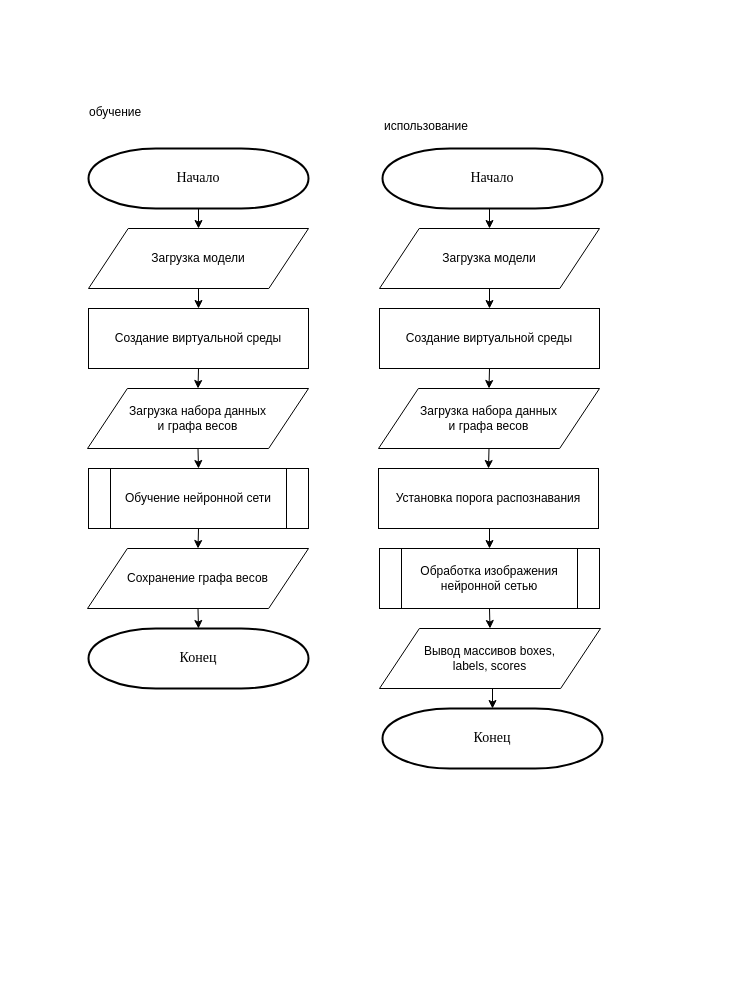
Earlier version of the draw.io diagram Flowcharts/диаграммы обучения и работы нейросети.drawio (KanVull/Recognistion). Source tidied: cells renumbered, new cells numbered last; positions are measured from the earlier drawing's top-left corner, leaving out a move shared by most shapes. Both pictures are drawn from the tidied source at 100%, with x=0, y=0 at pixel (87, 102).
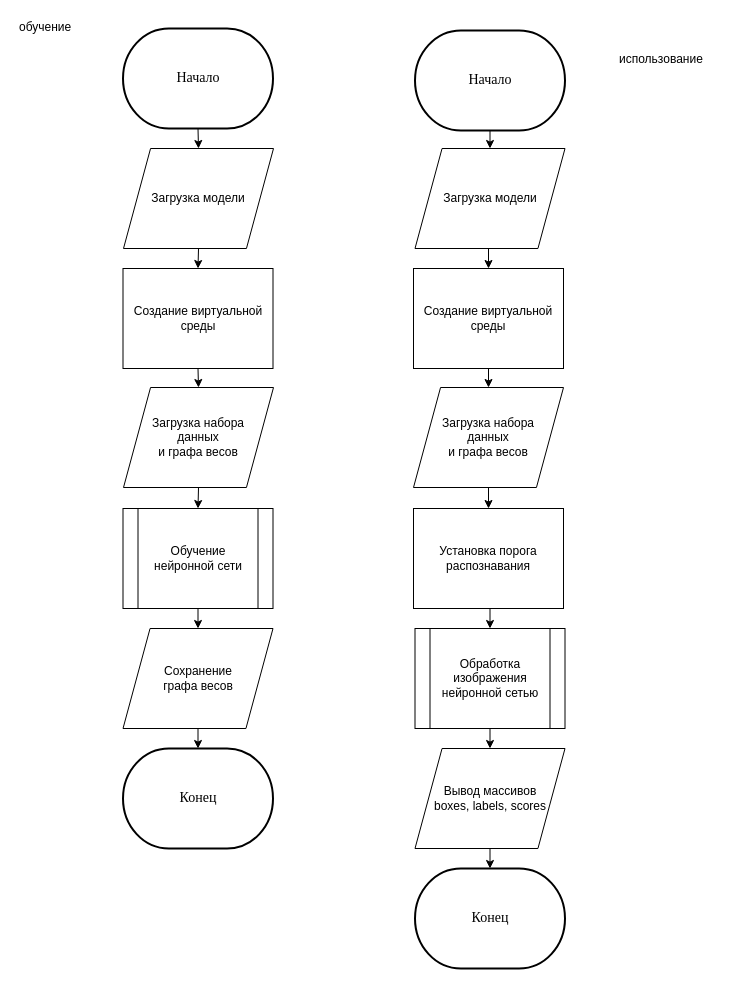
Above is the later version.

Change to the diagram source:
```diff
@@
     <mxCell id="2" value="обучение" style="text;html=1;align=left;verticalAlign=top;spacingTop=-4;" parent="1" vertex="1">
-      <mxGeometry width="70" height="20" as="geometry" />
+      <mxGeometry x="-70" y="-85" width="70" height="20" as="geometry" />
     </mxCell>
-    <mxCell id="3" style="edgeStyle=orthogonalEdgeStyle;rounded=0;jettySize=auto;html=1;exitX=0.5;exitY=1;exitDx=0;exitDy=0;exitPerimeter=0;entryX=0.5;entryY=0;entryDx=0;entryDy=0;" parent="1" edge="1" source="4" target="20">
+    <mxCell id="3" style="edgeStyle=none;rounded=0;jettySize=auto;html=1;exitX=0.5;exitY=1;exitDx=0;exitDy=0;exitPerimeter=0;" parent="1" edge="1" source="4" target="20">
       <mxGeometry relative="1" as="geometry" />
     </mxCell>
     <mxCell id="4" value="&lt;font face=&quot;Times New Roman&quot; style=&quot;font-size: 14px&quot;&gt;Начало&lt;/font&gt;" style="strokeWidth=2;html=1;shape=mxgraph.flowchart.terminator;whiteSpace=wrap;" parent="1" vertex="1">
-      <mxGeometry x="295" y="46" width="220" height="60" as="geometry" />
+      <mxGeometry x="327.5" y="-72" width="150" height="100" as="geometry" />
     </mxCell>
@@
     <mxCell id="6" value="Загрузка модели" style="shape=parallelogram;perimeter=parallelogramPerimeter;whiteSpace=wrap;html=1;size=0.1803921568627451;" parent="1" vertex="1">
-      <mxGeometry x="1" y="126" width="220" height="60" as="geometry" />
+      <mxGeometry x="36" y="46" width="150" height="100" as="geometry" />
     </mxCell>
@@
     <mxCell id="8" value="Создание виртуальной среды" style="rounded=0;whiteSpace=wrap;html=1;" parent="1" vertex="1">
-      <mxGeometry x="1" y="206" width="220" height="60" as="geometry" />
+      <mxGeometry x="35.5" y="166" width="150" height="100" as="geometry" />
     </mxCell>
@@
-    <mxCell id="10" value="Загрузка набора данных &lt;br&gt;и графа весов" style="shape=parallelogram;perimeter=parallelogramPerimeter;whiteSpace=wrap;html=1;size=0.1803921568627451;" parent="1" vertex="1">
-      <mxGeometry y="286" width="221" height="60" as="geometry" />
+    <mxCell id="10" value="Загрузка набора &lt;br&gt;данных &lt;br&gt;и графа весов" style="shape=parallelogram;perimeter=parallelogramPerimeter;whiteSpace=wrap;html=1;size=0.1803921568627451;" parent="1" vertex="1">
+      <mxGeometry x="36" y="285" width="150" height="100" as="geometry" />
     </mxCell>
@@
     <mxCell id="12" value="Обучение нейронной сети" style="shape=process;whiteSpace=wrap;html=1;backgroundOutline=1;" parent="1" vertex="1">
-      <mxGeometry x="1" y="366" width="220" height="60" as="geometry" />
+      <mxGeometry x="35.5" y="406" width="150" height="100" as="geometry" />
     </mxCell>
@@
-    <mxCell id="14" value="Сохранение графа весов" style="shape=parallelogram;perimeter=parallelogramPerimeter;whiteSpace=wrap;html=1;size=0.1803921568627451;" parent="1" vertex="1">
-      <mxGeometry y="446" width="221" height="60" as="geometry" />
+    <mxCell id="14" value="Сохранение &lt;br&gt;графа весов" style="shape=parallelogram;perimeter=parallelogramPerimeter;whiteSpace=wrap;html=1;size=0.1803921568627451;" parent="1" vertex="1">
+      <mxGeometry x="35.5" y="526" width="150" height="100" as="geometry" />
     </mxCell>
     <mxCell id="15" value="&lt;font face=&quot;Times New Roman&quot; style=&quot;font-size: 14px&quot;&gt;Конец&lt;/font&gt;" style="strokeWidth=2;html=1;shape=mxgraph.flowchart.terminator;whiteSpace=wrap;" parent="1" vertex="1">
-      <mxGeometry x="1" y="526" width="220" height="60" as="geometry" />
+      <mxGeometry x="35.5" y="646" width="150" height="100" as="geometry" />
     </mxCell>
     <mxCell id="16" value="использование&lt;br&gt;" style="text;html=1;align=left;verticalAlign=top;spacingTop=-4;" parent="1" vertex="1">
-      <mxGeometry x="295" y="14" width="100" height="20" as="geometry" />
+      <mxGeometry x="530" y="-53" width="100" height="20" as="geometry" />
     </mxCell>
@@
     <mxCell id="18" value="&lt;font face=&quot;Times New Roman&quot; style=&quot;font-size: 14px&quot;&gt;Начало&lt;/font&gt;" style="strokeWidth=2;html=1;shape=mxgraph.flowchart.terminator;whiteSpace=wrap;" parent="1" vertex="1">
-      <mxGeometry x="1" y="46" width="220" height="60" as="geometry" />
+      <mxGeometry x="35.5" y="-74" width="150" height="100" as="geometry" />
     </mxCell>
@@
     <mxCell id="20" value="Загрузка модели" style="shape=parallelogram;perimeter=parallelogramPerimeter;whiteSpace=wrap;html=1;size=0.1803921568627451;" parent="1" vertex="1">
-      <mxGeometry x="292" y="126" width="220" height="60" as="geometry" />
+      <mxGeometry x="327.5" y="46" width="150" height="100" as="geometry" />
     </mxCell>
@@
     <mxCell id="22" value="Создание виртуальной среды" style="rounded=0;whiteSpace=wrap;html=1;" parent="1" vertex="1">
-      <mxGeometry x="292" y="206" width="220" height="60" as="geometry" />
+      <mxGeometry x="326" y="166" width="150" height="100" as="geometry" />
     </mxCell>
@@
-    <mxCell id="24" value="Загрузка набора данных &lt;br&gt;и графа весов" style="shape=parallelogram;perimeter=parallelogramPerimeter;whiteSpace=wrap;html=1;size=0.1803921568627451;" parent="1" vertex="1">
-      <mxGeometry x="291" y="286" width="221" height="60" as="geometry" />
+    <mxCell id="24" value="Загрузка набора&lt;br&gt;данных &lt;br&gt;и графа весов" style="shape=parallelogram;perimeter=parallelogramPerimeter;whiteSpace=wrap;html=1;size=0.1803921568627451;" parent="1" vertex="1">
+      <mxGeometry x="326" y="285" width="150" height="100" as="geometry" />
     </mxCell>
@@
     <mxCell id="26" value="Установка порога распознавания" style="rounded=0;whiteSpace=wrap;html=1;" parent="1" vertex="1">
-      <mxGeometry x="291" y="366" width="220" height="60" as="geometry" />
+      <mxGeometry x="326" y="406" width="150" height="100" as="geometry" />
     </mxCell>
@@
     <mxCell id="28" value="Обработка изображения нейронной сетью" style="shape=process;whiteSpace=wrap;html=1;backgroundOutline=1;" parent="1" vertex="1">
-      <mxGeometry x="292" y="446" width="220" height="60" as="geometry" />
+      <mxGeometry x="327.5" y="526" width="150" height="100" as="geometry" />
     </mxCell>
@@
-    <mxCell id="30" value="Вывод массивов boxes, &lt;br&gt;labels, scores" style="shape=parallelogram;perimeter=parallelogramPerimeter;whiteSpace=wrap;html=1;size=0.1803921568627451;" parent="1" vertex="1">
-      <mxGeometry x="292" y="526" width="221" height="60" as="geometry" />
+    <mxCell id="30" value="Вывод массивов &lt;br&gt;boxes, labels, scores" style="shape=parallelogram;perimeter=parallelogramPerimeter;whiteSpace=wrap;html=1;size=0.1803921568627451;" parent="1" vertex="1">
+      <mxGeometry x="327.5" y="646" width="150" height="100" as="geometry" />
     </mxCell>
     <mxCell id="31" value="&lt;font face=&quot;Times New Roman&quot; style=&quot;font-size: 14px&quot;&gt;Конец&lt;/font&gt;" style="strokeWidth=2;html=1;shape=mxgraph.flowchart.terminator;whiteSpace=wrap;" parent="1" vertex="1">
-      <mxGeometry x="295" y="606" width="220" height="60" as="geometry" />
+      <mxGeometry x="327.5" y="766" width="150" height="100" as="geometry" />
     </mxCell>
```
